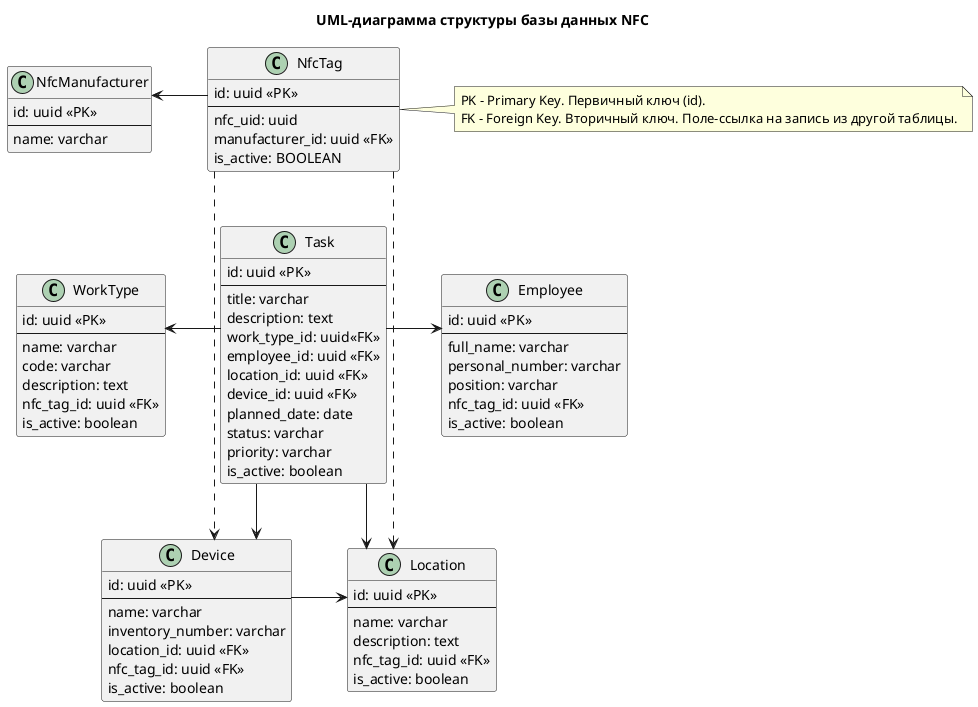
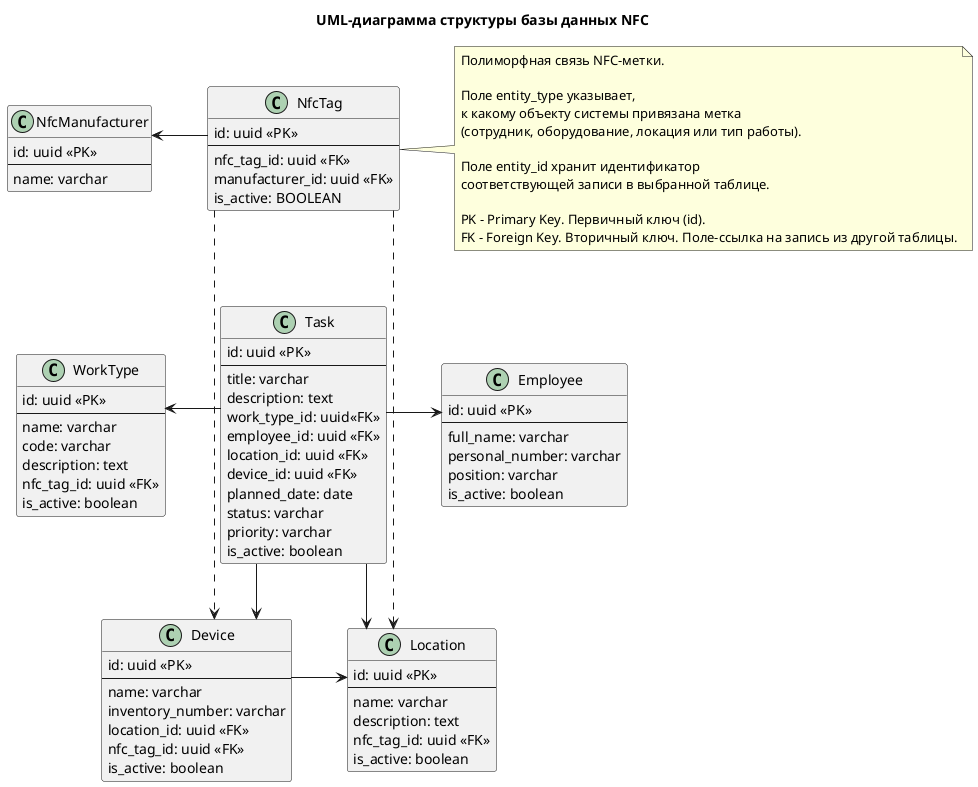
@startuml
title UML-диаграмма структуры базы данных NFC

top to bottom direction

skinparam classAttributeIconSize 0
skinparam linetype ortho
skinparam nodesep 55
skinparam ranksep 55

class NfcTag {
    id: uuid <<PK>>
    --
-     nfc_uid: uuid
+     nfc_tag_id: uuid <<FK>>
    manufacturer_id: uuid <<FK>>
    is_active: BOOLEAN
}

class WorkType {
    id: uuid <<PK>>
    --
    name: varchar
    code: varchar
    description: text
    nfc_tag_id: uuid <<FK>>
    is_active: boolean
}

class Employee {
    id: uuid <<PK>>
    --
    full_name: varchar
    personal_number: varchar
    position: varchar
-     nfc_tag_id: uuid <<FK>>
    is_active: boolean
}

class Task {
    id: uuid <<PK>>
    --
    title: varchar
    description: text
    work_type_id: uuid<<FK>>
    employee_id: uuid <<FK>>
    location_id: uuid <<FK>>
    device_id: uuid <<FK>>
    planned_date: date
    status: varchar
    priority: varchar
    is_active: boolean
}

class Device {
    id: uuid <<PK>>
    --
    name: varchar
    inventory_number: varchar
    location_id: uuid <<FK>>
    nfc_tag_id: uuid <<FK>>
    is_active: boolean
}

class Location {
    id: uuid <<PK>>
    --
    name: varchar
    description: text
    nfc_tag_id: uuid <<FK>>
    is_active: boolean
}

class NfcManufacturer {
    id: uuid <<PK>>
    --
    name: varchar
}

Task -left-> WorkType
Task -right-> Employee
Task -down-> Device
Task -down-> Location
NfcTag -left-> NfcManufacturer

NfcTag ..> Device
NfcTag ..> Location


Device -right-> Location

note right of NfcTag
+   Полиморфная связь NFC-метки.
+ 
+   Поле entity_type указывает,
+   к какому объекту системы привязана метка
+   (сотрудник, оборудование, локация или тип работы).
+ 
+   Поле entity_id хранит идентификатор
+   соответствующей записи в выбранной таблице.
+ 
  PK - Primary Key. Первичный ключ (id).
  FK - Foreign Key. Вторичный ключ. Поле-ссылка на запись из другой таблицы.
end note

WorkType -[hidden]right-> Task
Task -[hidden]right-> Employee

Device -[hidden]right-> Location

NfcTag -[hidden]down-> Task
WorkType -[hidden]down-> Device
Employee -[hidden]down-> Location

NfcManufacturer -[hidden]right-> NfcTag

@enduml